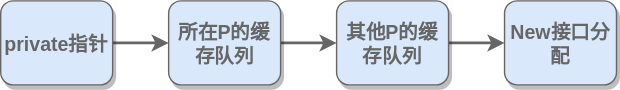
The draw.io diagram golang/assets/pool_get.drawio.svg in pycer/note, before a commit. Source tidied: cells renumbered, new cells last; positions are measured from the earlier drawing's top-left corner, leaving out a move shared by most shapes. Its diagram source:
```xml
<mxGraphModel>
  <root>
    <mxCell id="0" />
    <mxCell id="1" parent="0" />
    <mxCell id="2" style="edgeStyle=orthogonalEdgeStyle;rounded=0;jettySize=auto;html=1;strokeColor=#666666;strokeWidth=2;" parent="1" edge="1" source="3" target="5">
      <mxGeometry relative="1" as="geometry" />
    </mxCell>
    <mxCell id="3" value="&lt;b&gt;&lt;font style=&quot;font-size: 14px&quot; color=&quot;#666666&quot;&gt;private指针&lt;/font&gt;&lt;/b&gt;" style="rounded=1;whiteSpace=wrap;html=1;strokeColor=#666666;shadow=1;fillColor=#dae8fc;" parent="1" vertex="1">
      <mxGeometry width="80" height="60" as="geometry" />
    </mxCell>
    <mxCell id="4" style="edgeStyle=orthogonalEdgeStyle;rounded=0;jettySize=auto;html=1;strokeColor=#666666;strokeWidth=2;" parent="1" edge="1" source="5" target="7">
      <mxGeometry relative="1" as="geometry" />
    </mxCell>
    <mxCell id="5" value="&lt;b&gt;&lt;font style=&quot;font-size: 14px&quot; color=&quot;#666666&quot;&gt;所在P的缓存队列&lt;/font&gt;&lt;/b&gt;" style="rounded=1;whiteSpace=wrap;html=1;strokeColor=#666666;shadow=1;fillColor=#dae8fc;" parent="1" vertex="1">
      <mxGeometry x="120" width="80" height="60" as="geometry" />
    </mxCell>
    <mxCell id="6" style="edgeStyle=orthogonalEdgeStyle;rounded=0;jettySize=auto;html=1;strokeColor=#666666;strokeWidth=2;" parent="1" edge="1" source="7" target="8">
      <mxGeometry relative="1" as="geometry" />
    </mxCell>
    <mxCell id="7" value="&lt;b&gt;&lt;font style=&quot;font-size: 14px&quot; color=&quot;#666666&quot;&gt;其他P的缓存队列&lt;/font&gt;&lt;/b&gt;" style="rounded=1;whiteSpace=wrap;html=1;strokeColor=#666666;shadow=1;fillColor=#dae8fc;" parent="1" vertex="1">
      <mxGeometry x="240" width="80" height="60" as="geometry" />
    </mxCell>
    <mxCell id="8" value="&lt;b&gt;&lt;font style=&quot;font-size: 14px&quot; color=&quot;#666666&quot;&gt;New接口分配&lt;/font&gt;&lt;/b&gt;" style="rounded=1;whiteSpace=wrap;html=1;strokeColor=#666666;shadow=1;fillColor=#dae8fc;" parent="1" vertex="1">
      <mxGeometry x="360" width="80" height="60" as="geometry" />
    </mxCell>
  </root>
</mxGraphModel>
```
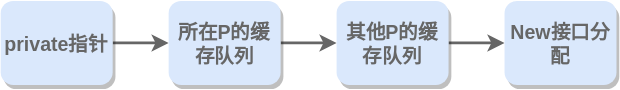
The same diagram one commit later.

Commit message:
[Golang]  mutex笔记

The edit, as a diff of the source:
```diff
@@ -5,22 +5,22 @@
     <mxCell id="2" style="edgeStyle=orthogonalEdgeStyle;rounded=0;jettySize=auto;html=1;strokeColor=#666666;strokeWidth=2;" parent="1" edge="1" source="3" target="5">
       <mxGeometry relative="1" as="geometry" />
     </mxCell>
-    <mxCell id="3" value="&lt;b&gt;&lt;font style=&quot;font-size: 14px&quot; color=&quot;#666666&quot;&gt;private指针&lt;/font&gt;&lt;/b&gt;" style="rounded=1;whiteSpace=wrap;html=1;strokeColor=#666666;shadow=1;fillColor=#dae8fc;" parent="1" vertex="1">
+    <mxCell id="3" value="&lt;b&gt;&lt;font style=&quot;font-size: 14px&quot; color=&quot;#666666&quot;&gt;private指针&lt;/font&gt;&lt;/b&gt;" style="rounded=1;whiteSpace=wrap;html=1;strokeColor=none;shadow=1;fillColor=#dae8fc;" parent="1" vertex="1">
       <mxGeometry width="80" height="60" as="geometry" />
     </mxCell>
     <mxCell id="4" style="edgeStyle=orthogonalEdgeStyle;rounded=0;jettySize=auto;html=1;strokeColor=#666666;strokeWidth=2;" parent="1" edge="1" source="5" target="7">
       <mxGeometry relative="1" as="geometry" />
     </mxCell>
-    <mxCell id="5" value="&lt;b&gt;&lt;font style=&quot;font-size: 14px&quot; color=&quot;#666666&quot;&gt;所在P的缓存队列&lt;/font&gt;&lt;/b&gt;" style="rounded=1;whiteSpace=wrap;html=1;strokeColor=#666666;shadow=1;fillColor=#dae8fc;" parent="1" vertex="1">
+    <mxCell id="5" value="&lt;b&gt;&lt;font style=&quot;font-size: 14px&quot; color=&quot;#666666&quot;&gt;所在P的缓存队列&lt;/font&gt;&lt;/b&gt;" style="rounded=1;whiteSpace=wrap;html=1;strokeColor=none;shadow=1;fillColor=#dae8fc;" parent="1" vertex="1">
       <mxGeometry x="120" width="80" height="60" as="geometry" />
     </mxCell>
     <mxCell id="6" style="edgeStyle=orthogonalEdgeStyle;rounded=0;jettySize=auto;html=1;strokeColor=#666666;strokeWidth=2;" parent="1" edge="1" source="7" target="8">
       <mxGeometry relative="1" as="geometry" />
     </mxCell>
-    <mxCell id="7" value="&lt;b&gt;&lt;font style=&quot;font-size: 14px&quot; color=&quot;#666666&quot;&gt;其他P的缓存队列&lt;/font&gt;&lt;/b&gt;" style="rounded=1;whiteSpace=wrap;html=1;strokeColor=#666666;shadow=1;fillColor=#dae8fc;" parent="1" vertex="1">
+    <mxCell id="7" value="&lt;b&gt;&lt;font style=&quot;font-size: 14px&quot; color=&quot;#666666&quot;&gt;其他P的缓存队列&lt;/font&gt;&lt;/b&gt;" style="rounded=1;whiteSpace=wrap;html=1;strokeColor=none;shadow=1;fillColor=#dae8fc;" parent="1" vertex="1">
       <mxGeometry x="240" width="80" height="60" as="geometry" />
     </mxCell>
-    <mxCell id="8" value="&lt;b&gt;&lt;font style=&quot;font-size: 14px&quot; color=&quot;#666666&quot;&gt;New接口分配&lt;/font&gt;&lt;/b&gt;" style="rounded=1;whiteSpace=wrap;html=1;strokeColor=#666666;shadow=1;fillColor=#dae8fc;" parent="1" vertex="1">
+    <mxCell id="8" value="&lt;b&gt;&lt;font style=&quot;font-size: 14px&quot; color=&quot;#666666&quot;&gt;New接口分配&lt;/font&gt;&lt;/b&gt;" style="rounded=1;whiteSpace=wrap;html=1;strokeColor=none;shadow=1;fillColor=#dae8fc;" parent="1" vertex="1">
       <mxGeometry x="360" width="80" height="60" as="geometry" />
     </mxCell>
   </root>
```
